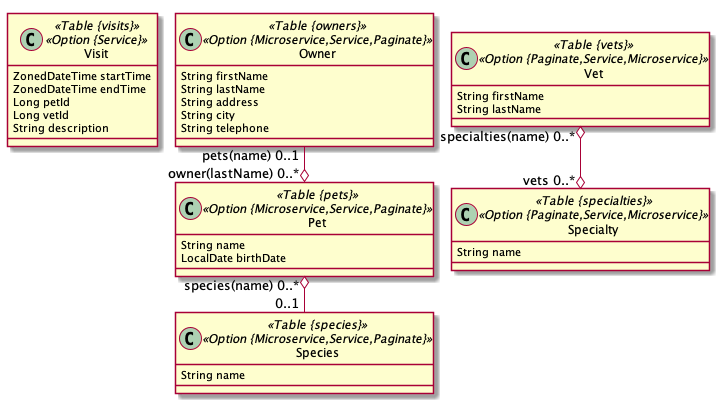
terrytompkins/JHPetClinicMSA keeps this PlantUML diagram as jhpetclinicmsa.png. Above is the earlier version.
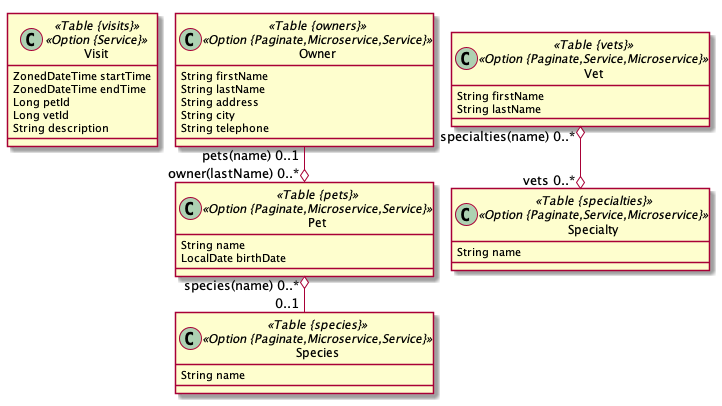
The same file after the commit.

Diff of the diagram source:
```diff
@@ -8,14 +8,14 @@
 		Long vetId
 		String description
 	}
-	class Species <<Table {species}>><<Option {Microservice,Service,Paginate}>> {
+	class Species <<Table {species}>><<Option {Paginate,Microservice,Service}>> {
 		String name
 	}
-	class Pet <<Table {pets}>><<Option {Microservice,Service,Paginate}>> {
+	class Pet <<Table {pets}>><<Option {Paginate,Microservice,Service}>> {
 		String name
 		LocalDate birthDate
 	}
-	class Owner <<Table {owners}>><<Option {Microservice,Service,Paginate}>> {
+	class Owner <<Table {owners}>><<Option {Paginate,Microservice,Service}>> {
 		String firstName
 		String lastName
 		String address
```
